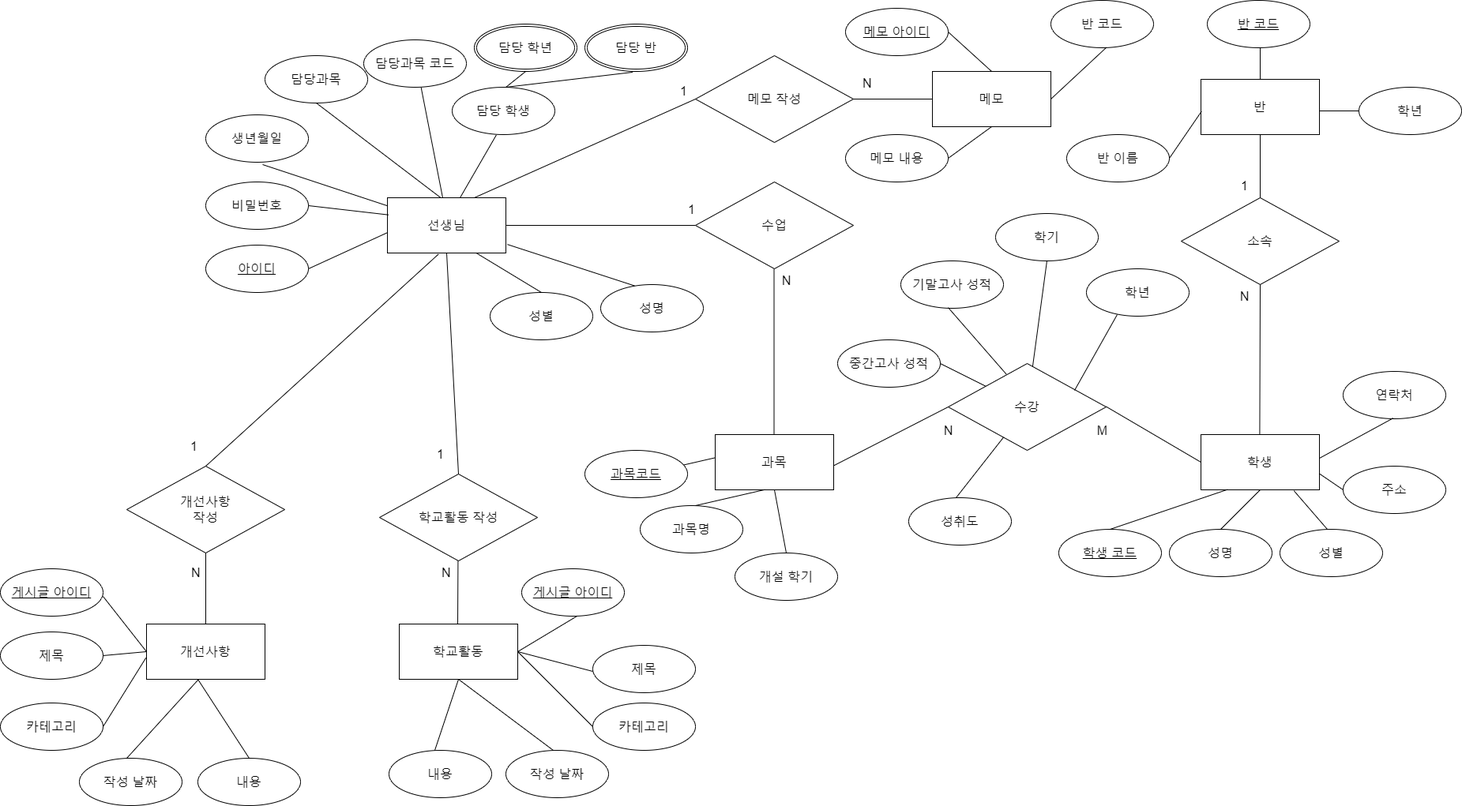
Above: Document/ER Diagram/ER Diagram.png in rlarkdals1202/Database-Term-Project (draw.io), before the change. Source tidied: cells renumbered, new cells last; positions are measured from the earlier drawing's top-left corner, leaving out a move shared by most shapes.
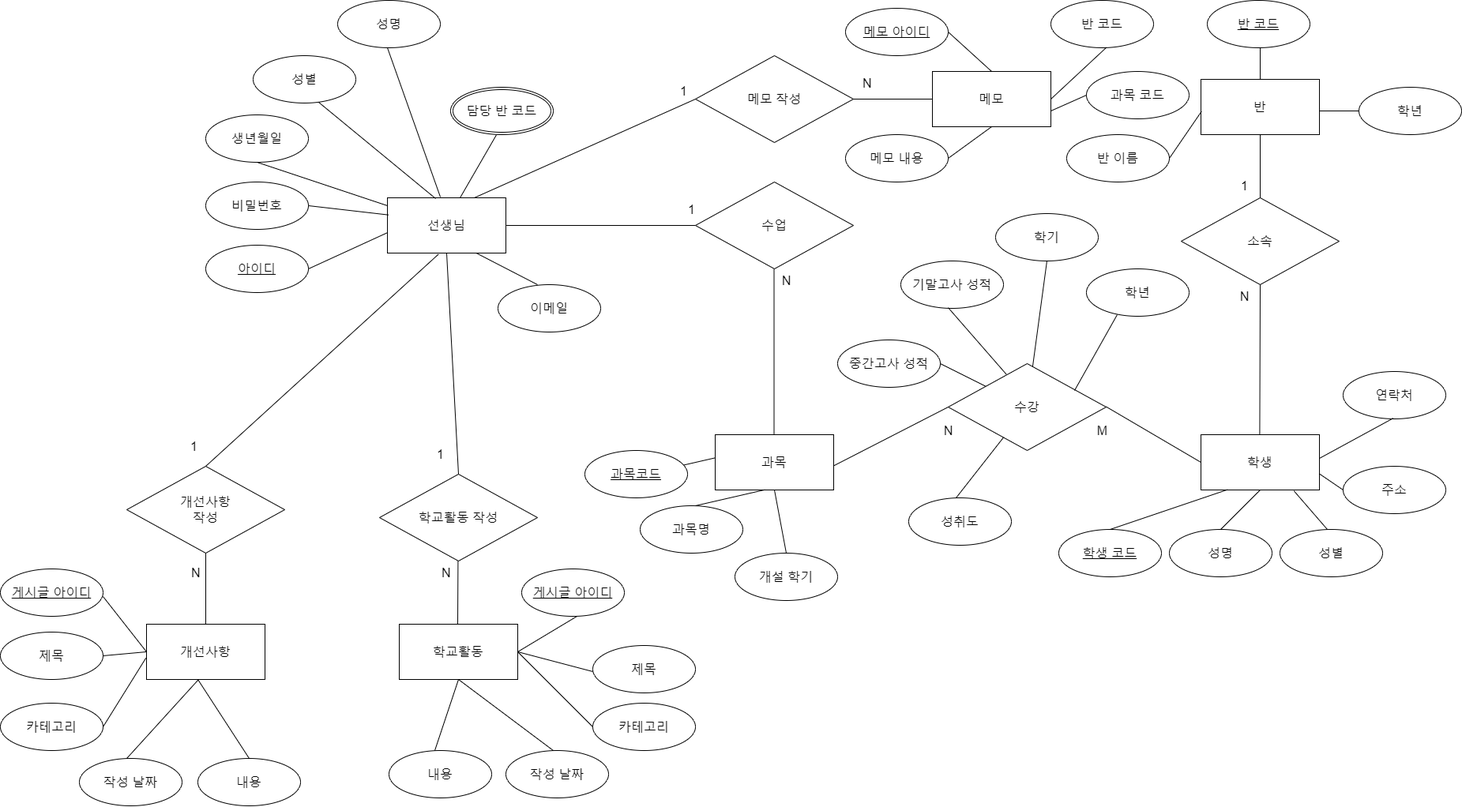
The same diagram one commit later.

Commit message:
Database Systems Term Project 주제에 대한 ER Diagram (5차 개정)

The edit, as a diff of the source:
```diff
@@ -15,13 +15,10 @@
       <mxGeometry x="810" y="640" width="130" height="60" as="geometry" />
     </mxCell>
     <mxCell id="6" value="&lt;font style=&quot;font-size: 16px;&quot;&gt;성명&lt;/font&gt;" style="ellipse;whiteSpace=wrap;html=1;align=center;" parent="1" vertex="1">
-      <mxGeometry x="760" y="360" width="130" height="60" as="geometry" />
+      <mxGeometry x="427" width="130" height="60" as="geometry" />
     </mxCell>
-    <mxCell id="7" value="&lt;font style=&quot;font-size: 16px;&quot;&gt;담당과목&lt;/font&gt;" style="ellipse;whiteSpace=wrap;html=1;align=center;" parent="1" vertex="1">
-      <mxGeometry x="335" y="70" width="130" height="60" as="geometry" />
-    </mxCell>
     <mxCell id="8" value="&lt;font style=&quot;font-size: 16px;&quot;&gt;성별&lt;/font&gt;" style="ellipse;whiteSpace=wrap;html=1;align=center;" parent="1" vertex="1">
-      <mxGeometry x="620" y="370" width="130" height="60" as="geometry" />
+      <mxGeometry x="320" y="70" width="130" height="60" as="geometry" />
     </mxCell>
     <mxCell id="9" value="&lt;font style=&quot;font-size: 16px;&quot;&gt;선생님&lt;/font&gt;" style="whiteSpace=wrap;html=1;align=center;" parent="1" vertex="1">
       <mxGeometry x="490" y="250" width="150" height="70" as="geometry" />
@@ -35,15 +32,7 @@
     <mxCell id="12" value="&lt;font style=&quot;font-size: 16px;&quot;&gt;과목&lt;/font&gt;" style="whiteSpace=wrap;html=1;align=center;" parent="1" vertex="1">
       <mxGeometry x="905" y="550" width="150" height="70" as="geometry" />
     </mxCell>
-    <mxCell id="13" value="&lt;font style=&quot;font-size: 16px;&quot;&gt;담당과목 코드&lt;/font&gt;" style="ellipse;whiteSpace=wrap;html=1;align=center;" parent="1" vertex="1">
-      <mxGeometry x="460" y="50" width="130" height="60" as="geometry" />
-    </mxCell>
-    <mxCell id="14" style="endArrow=none;html=1;rounded=0;fontSize=16;entryX=0.5;entryY=1;entryDx=0;entryDy=0;" parent="1" edge="1" target="7">
-      <mxGeometry relative="1" as="geometry">
-        <mxPoint x="557.5" y="250" as="sourcePoint" />
-      </mxGeometry>
-    </mxCell>
-    <mxCell id="15" style="endArrow=none;html=1;rounded=0;fontSize=16;entryX=0.554;entryY=1.05;entryDx=0;entryDy=0;entryPerimeter=0;" parent="1" edge="1" source="9" target="4">
+    <mxCell id="15" style="endArrow=none;html=1;rounded=0;fontSize=16;entryX=0.5;entryY=1;entryDx=0;entryDy=0;" parent="1" edge="1" source="9" target="4">
       <mxGeometry relative="1" as="geometry" />
     </mxCell>
     <mxCell id="16" style="endArrow=none;html=1;rounded=0;fontSize=16;entryX=0.01;entryY=0.31;entryDx=0;entryDy=0;entryPerimeter=0;exitX=1;exitY=0.5;exitDx=0;exitDy=0;" parent="1" edge="1" source="3" target="9">
@@ -52,17 +41,14 @@
     <mxCell id="17" style="endArrow=none;html=1;rounded=0;fontSize=16;entryX=0.001;entryY=0.63;entryDx=0;entryDy=0;entryPerimeter=0;exitX=1;exitY=0.5;exitDx=0;exitDy=0;" parent="1" edge="1" source="27" target="9">
       <mxGeometry relative="1" as="geometry" />
     </mxCell>
-    <mxCell id="18" style="endArrow=none;html=1;rounded=0;fontSize=16;entryX=0.75;entryY=1;entryDx=0;entryDy=0;exitX=0.5;exitY=0;exitDx=0;exitDy=0;" parent="1" edge="1" source="8" target="9">
+    <mxCell id="18" style="endArrow=none;html=1;rounded=0;fontSize=16;entryX=0.407;entryY=0.014;entryDx=0;entryDy=0;exitX=0.638;exitY=0.983;exitDx=0;exitDy=0;entryPerimeter=0;exitPerimeter=0;" parent="1" edge="1" source="8" target="9">
       <mxGeometry relative="1" as="geometry" />
     </mxCell>
-    <mxCell id="19" style="endArrow=none;html=1;rounded=0;fontSize=16;entryX=1.013;entryY=0.845;entryDx=0;entryDy=0;entryPerimeter=0;exitX=0.329;exitY=0.025;exitDx=0;exitDy=0;exitPerimeter=0;" parent="1" edge="1" source="6" target="9">
-      <mxGeometry relative="1" as="geometry" />
+    <mxCell id="19" style="endArrow=none;html=1;rounded=0;fontSize=16;entryX=0.447;entryY=-0.014;entryDx=0;entryDy=0;entryPerimeter=0;" parent="1" edge="1" target="9">
+      <mxGeometry relative="1" as="geometry">
+        <mxPoint x="490" y="60" as="sourcePoint" />
+      </mxGeometry>
     </mxCell>
-    <mxCell id="20" style="endArrow=none;html=1;rounded=0;fontSize=16;entryX=0.559;entryY=1.006;entryDx=0;entryDy=0;entryPerimeter=0;" parent="1" edge="1" target="13">
-      <mxGeometry relative="1" as="geometry">
-        <mxPoint x="560" y="250" as="sourcePoint" />
-      </mxGeometry>
-    </mxCell>
     <mxCell id="21" style="endArrow=none;html=1;rounded=0;fontSize=16;exitX=1;exitY=0.5;exitDx=0;exitDy=0;" parent="1" edge="1" source="9">
       <mxGeometry relative="1" as="geometry">
         <mxPoint x="880" y="285" as="targetPoint" />
@@ -371,30 +357,15 @@
     <mxCell id="102" value="&amp;nbsp;N" style="text;html=1;align=center;verticalAlign=middle;strokeColor=none;fillColor=none;fontSize=16;" parent="1" vertex="1">
       <mxGeometry x="1075" y="90" width="40" height="30" as="geometry" />
     </mxCell>
-    <mxCell id="103" style="endArrow=none;html=1;rounded=0;entryX=0.429;entryY=1.012;entryDx=0;entryDy=0;entryPerimeter=0;" parent="1" edge="1" target="105">
+    <mxCell id="103" style="endArrow=none;html=1;rounded=0;entryX=0.429;entryY=1.012;entryDx=0;entryDy=0;entryPerimeter=0;" parent="1" edge="1">
       <mxGeometry relative="1" as="geometry">
         <mxPoint x="582" y="250" as="sourcePoint" />
+        <mxPoint x="627.8" y="170.7" as="targetPoint" />
       </mxGeometry>
     </mxCell>
-    <mxCell id="104" value="&lt;span style=&quot;font-size: 16px;&quot;&gt;담당 학년&lt;/span&gt;" style="ellipse;shape=doubleEllipse;margin=3;whiteSpace=wrap;html=1;align=center;" parent="1" vertex="1">
-      <mxGeometry x="600" y="30" width="130" height="60" as="geometry" />
-    </mxCell>
-    <mxCell id="105" value="&lt;span style=&quot;font-size: 16px;&quot;&gt;담당 학생&lt;/span&gt;" style="ellipse;whiteSpace=wrap;html=1;align=center;" parent="1" vertex="1">
-      <mxGeometry x="572" y="110" width="130" height="60" as="geometry" />
-    </mxCell>
-    <mxCell id="106" value="&lt;span style=&quot;font-size: 16px;&quot;&gt;담당 반&lt;/span&gt;" style="ellipse;shape=doubleEllipse;margin=3;whiteSpace=wrap;html=1;align=center;" parent="1" vertex="1">
-      <mxGeometry x="740" y="30" width="130" height="60" as="geometry" />
+    <mxCell id="106" value="&lt;span style=&quot;font-size: 16px;&quot;&gt;담당 반 코드&lt;/span&gt;" style="ellipse;shape=doubleEllipse;margin=3;whiteSpace=wrap;html=1;align=center;" parent="1" vertex="1">
+      <mxGeometry x="570" y="110" width="130" height="60" as="geometry" />
     </mxCell>
-    <mxCell id="107" style="endArrow=none;html=1;rounded=0;fontSize=16;entryX=0.5;entryY=1;entryDx=0;entryDy=0;" parent="1" edge="1" target="104">
-      <mxGeometry relative="1" as="geometry">
-        <mxPoint x="640" y="110" as="sourcePoint" />
-      </mxGeometry>
-    </mxCell>
-    <mxCell id="108" style="endArrow=none;html=1;rounded=0;fontSize=16;entryX=0.465;entryY=1.016;entryDx=0;entryDy=0;entryPerimeter=0;" parent="1" edge="1" target="106">
-      <mxGeometry relative="1" as="geometry">
-        <mxPoint x="640" y="110" as="sourcePoint" />
-      </mxGeometry>
-    </mxCell>
     <mxCell id="109" value="&lt;span style=&quot;font-size: 16px;&quot;&gt;메모&lt;/span&gt;" style="whiteSpace=wrap;html=1;align=center;" parent="1" vertex="1">
       <mxGeometry x="1180" y="90" width="150" height="70" as="geometry" />
     </mxCell>
@@ -427,5 +398,21 @@
         <mxPoint x="1330" y="125" as="sourcePoint" />
       </mxGeometry>
     </mxCell>
+    <mxCell id="117" value="&lt;span style=&quot;font-size: 16px;&quot;&gt;이메일&lt;/span&gt;" style="ellipse;whiteSpace=wrap;html=1;align=center;" parent="1" vertex="1">
+      <mxGeometry x="630" y="360" width="130" height="60" as="geometry" />
+    </mxCell>
+    <mxCell id="118" style="endArrow=none;html=1;rounded=0;exitX=0.75;exitY=1;exitDx=0;exitDy=0;" parent="1" edge="1" source="9">
+      <mxGeometry relative="1" as="geometry">
+        <mxPoint x="680" y="360" as="targetPoint" />
+      </mxGeometry>
+    </mxCell>
+    <mxCell id="119" value="&lt;span style=&quot;font-size: 16px;&quot;&gt;과목 코드&lt;/span&gt;" style="ellipse;whiteSpace=wrap;html=1;align=center;" parent="1" vertex="1">
+      <mxGeometry x="1375" y="90" width="130" height="60" as="geometry" />
+    </mxCell>
+    <mxCell id="120" style="endArrow=none;html=1;rounded=0;entryX=0;entryY=0.5;entryDx=0;entryDy=0;" parent="1" edge="1" target="119">
+      <mxGeometry relative="1" as="geometry">
+        <mxPoint x="1330" y="140" as="sourcePoint" />
+      </mxGeometry>
+    </mxCell>
   </root>
 </mxGraphModel>
```
